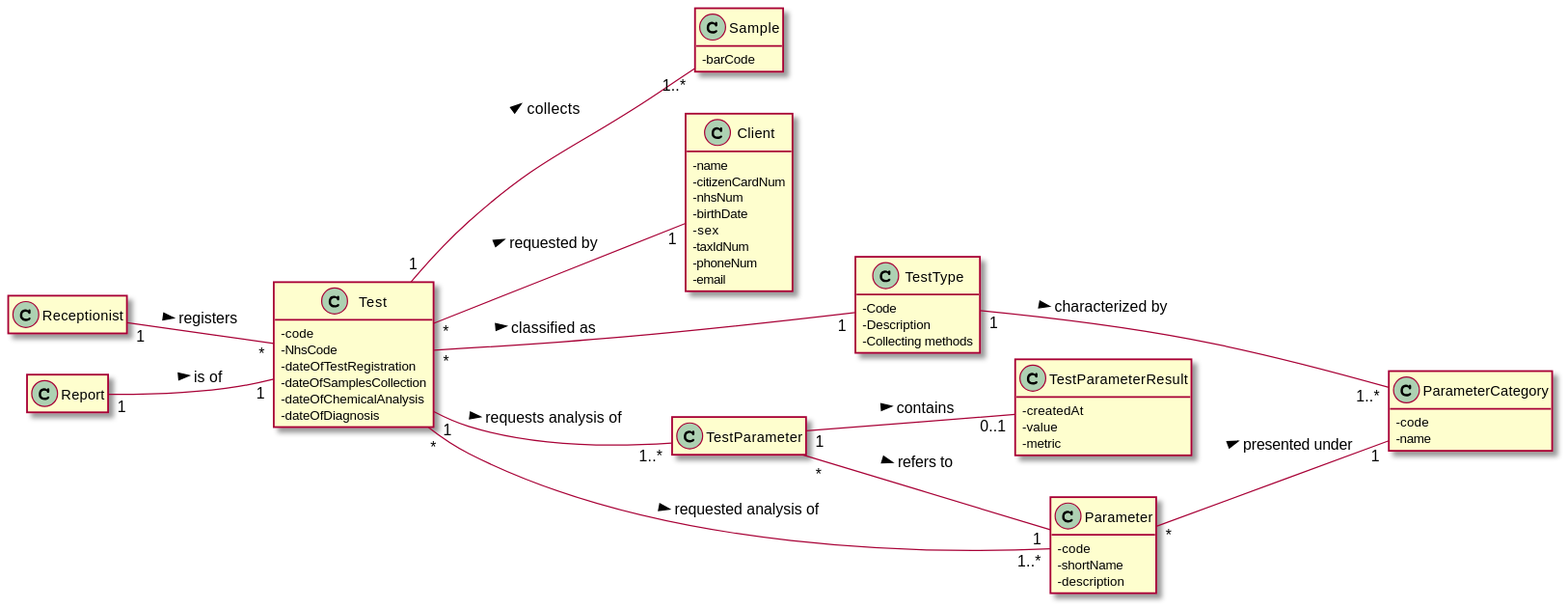
This is docs/SprintC/US_4/US4_DM.svg from ana-albergaria/LAPR2-ISEP, a PlantUML export, as it was before one commit.
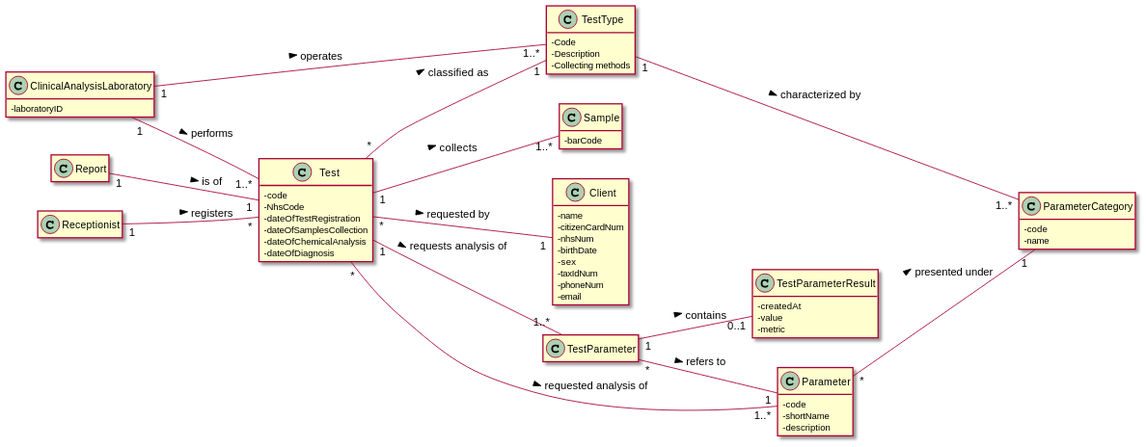
Later version of the same file.

Diff of the diagram source:
```diff
@@ -53,6 +53,10 @@
 - description
 }
 
+class ClinicalAnalysisLaboratory{
+- laboratoryID
+}
+
 Test "*" -- "1" TestType : classified as >
 Report "1" -- "1" Test : is of >
 Test "*" -- "1" Client : requested by >
@@ -64,4 +68,7 @@
 Test "1" -- "1..*" TestParameter : requests analysis of >
 TestParameter "*" -- "1" Parameter : refers to >
 TestParameter "1" -- "0..1" TestParameterResult : contains >
+ClinicalAnalysisLaboratory "1" -- "1..*" TestType : operates >
+ClinicalAnalysisLaboratory "1" -- "1..*" Test : performs >
+
 @enduml
```
